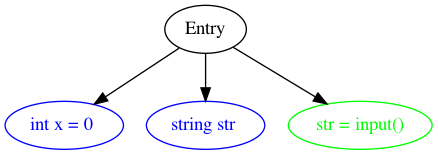
The Graphviz diagram TP3/src/doctest-output/sdg.gv.png in saracqueiros/SDG---Python, before a commit. Its source is kept beside it as TP3/src/doctest-output/sdg.gv. Its diagram source:
```dot
digraph sdg {
	graph [rankdir=TB]
	Entry [color=black fontcolor=black]
	"int x = 0 " [color=blue fontcolor=blue]
	Entry -> "int x = 0 "
	"string str " [color=blue fontcolor=blue]
	Entry -> "string str "
	"str = input()" [color=green fontcolor=green]
	Entry -> "str = input()"
}
```
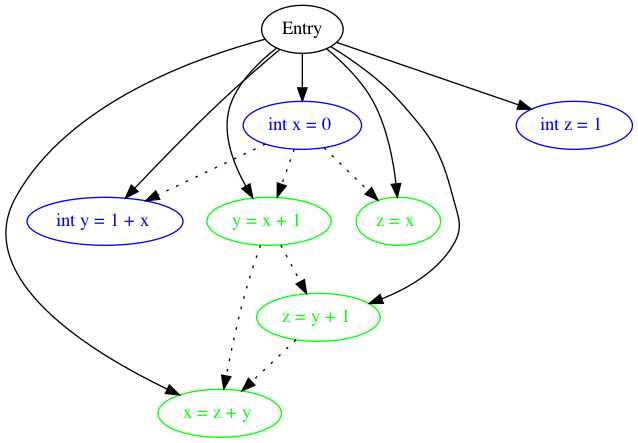
The same diagram one commit later.

What changed in the source:
```diff
@@ -1,10 +1,24 @@
 digraph sdg {
 	graph [rankdir=TB]
-	Entry [color=black fontcolor=black]
-	"int x = 0 " [color=blue fontcolor=blue]
-	Entry -> "int x = 0 "
-	"string str " [color=blue fontcolor=blue]
-	Entry -> "string str "
-	"str = input()" [color=green fontcolor=green]
-	Entry -> "str = input()"
+	1 [label=Entry color=black fontcolor=black]
+	x1 [label="int x = 0 " color=blue fontcolor=blue]
+	1 -> x1
+	y1 [label="int y = 1 + x " color=blue fontcolor=blue]
+	1 -> y1
+	x1 -> y1 [style=dotted]
+	z1 [label="int z = 1 " color=blue fontcolor=blue]
+	1 -> z1
+	y2 [label="y = x + 1 " color=green fontcolor=green]
+	1 -> y2
+	x1 -> y2 [style=dotted]
+	z2 [label="z = x " color=green fontcolor=green]
+	1 -> z2
+	x1 -> z2 [style=dotted]
+	z3 [label="z = y + 1 " color=green fontcolor=green]
+	1 -> z3
+	y2 -> z3 [style=dotted]
+	x2 [label="x = z + y " color=green fontcolor=green]
+	1 -> x2
+	z3 -> x2 [style=dotted]
+	y2 -> x2 [style=dotted]
 }
```
